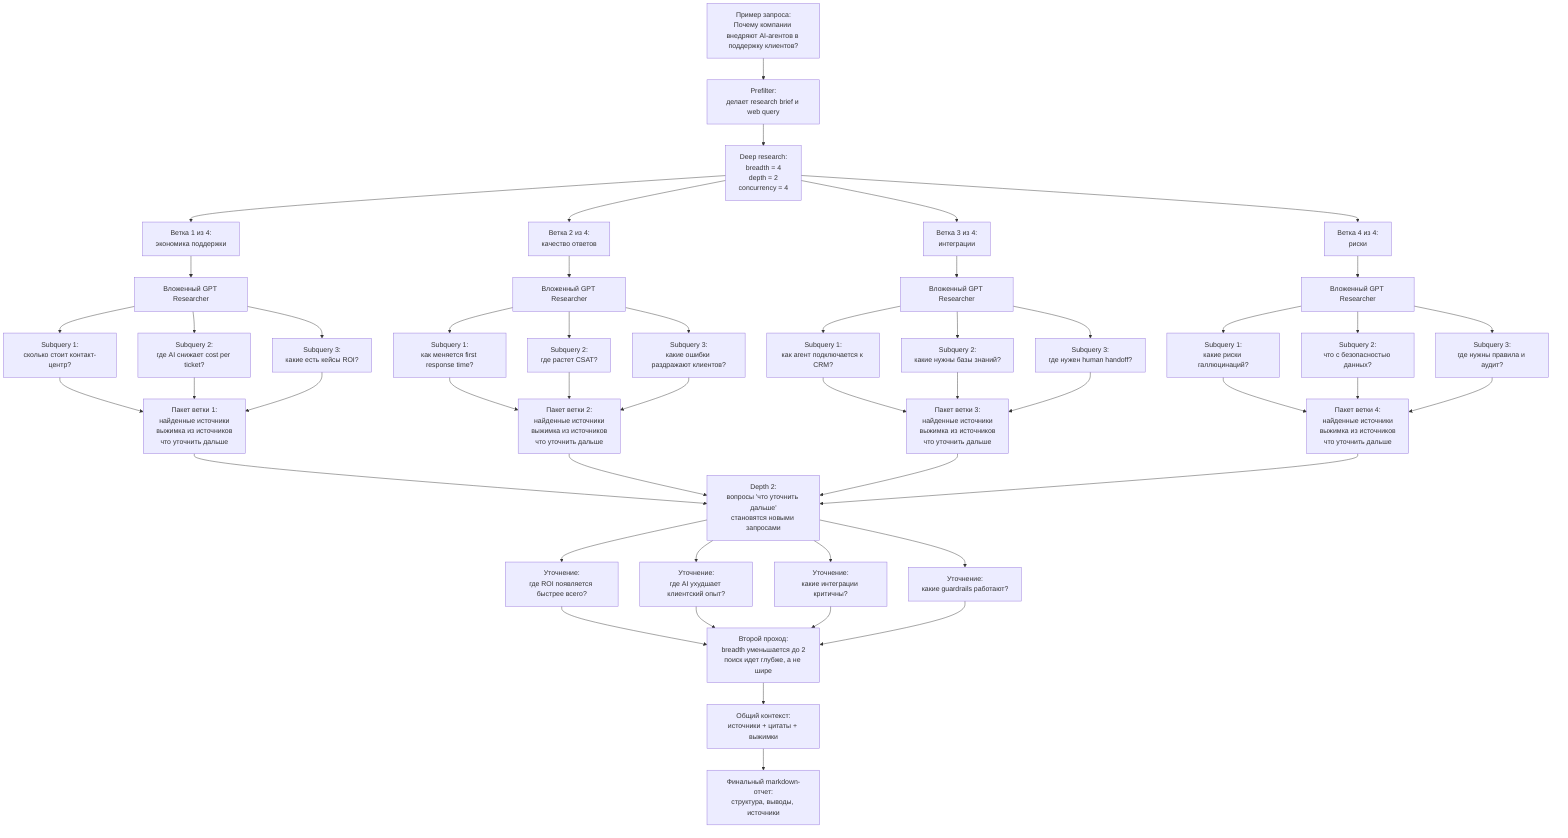
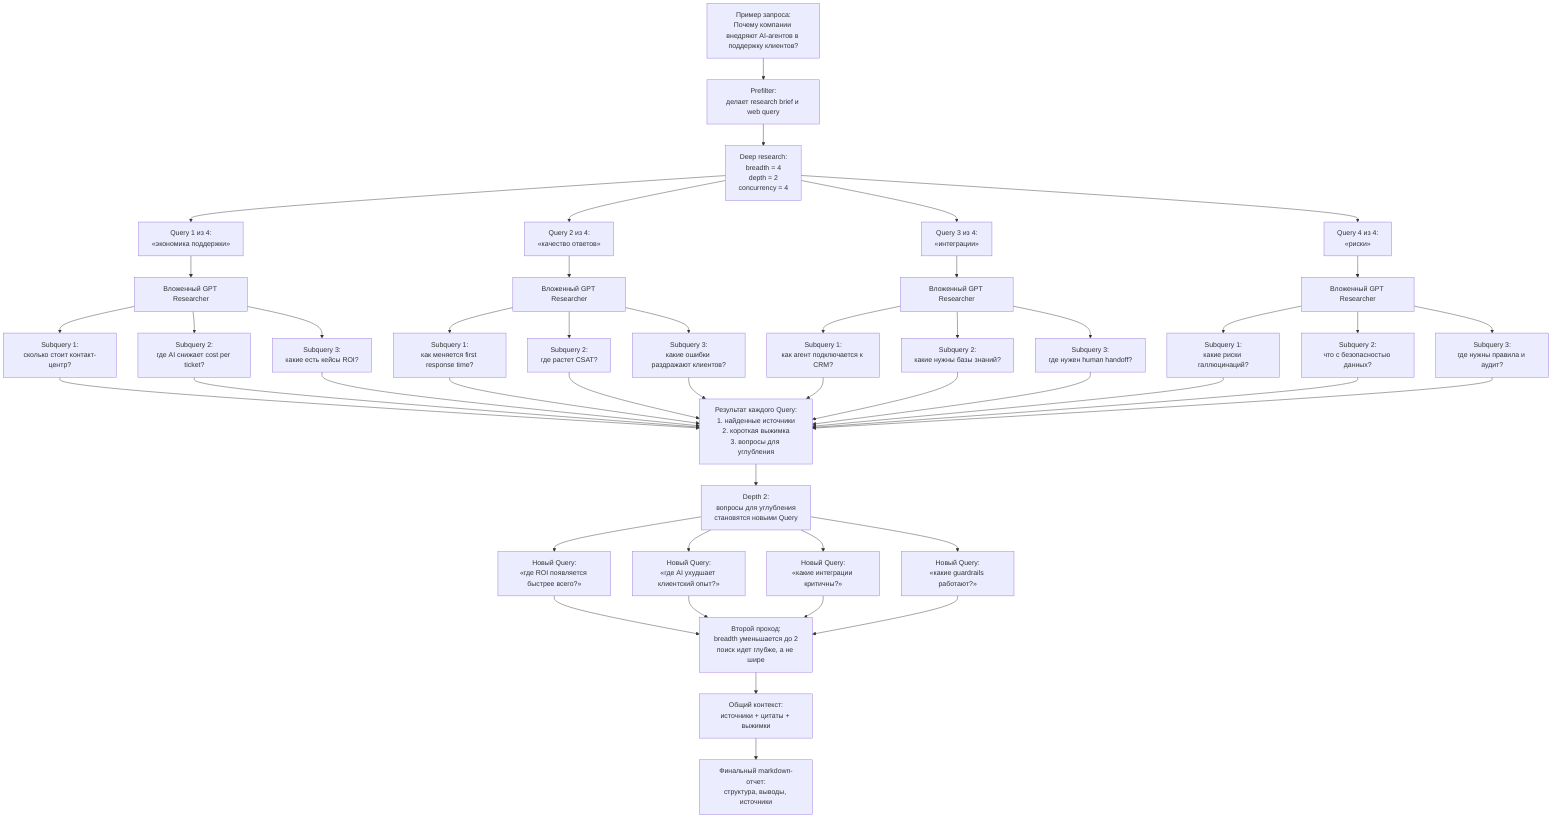
flowchart TD
  A["Пример запроса:<br/>Почему компании внедряют AI-агентов в поддержку клиентов?"] --> B["Prefilter:<br/>делает research brief и web query"]
  B --> C["Deep research:<br/>breadth = 4<br/>depth = 2<br/>concurrency = 4"]

-   C --> D1["Ветка 1 из 4:<br/>экономика поддержки"]
-   C --> D2["Ветка 2 из 4:<br/>качество ответов"]
-   C --> D3["Ветка 3 из 4:<br/>интеграции"]
-   C --> D4["Ветка 4 из 4:<br/>риски"]
+   C --> D1["Query 1 из 4:<br/>«экономика поддержки»"]
+   C --> D2["Query 2 из 4:<br/>«качество ответов»"]
+   C --> D3["Query 3 из 4:<br/>«интеграции»"]
+   C --> D4["Query 4 из 4:<br/>«риски»"]

  D1 --> E1["Вложенный GPT Researcher"]
  E1 --> SQ11["Subquery 1:<br/>сколько стоит контакт-центр?"]
  E1 --> SQ12["Subquery 2:<br/>где AI снижает cost per ticket?"]
  E1 --> SQ13["Subquery 3:<br/>какие есть кейсы ROI?"]

  D2 --> E2["Вложенный GPT Researcher"]
  E2 --> SQ21["Subquery 1:<br/>как меняется first response time?"]
  E2 --> SQ22["Subquery 2:<br/>где растет CSAT?"]
  E2 --> SQ23["Subquery 3:<br/>какие ошибки раздражают клиентов?"]

  D3 --> E3["Вложенный GPT Researcher"]
  E3 --> SQ31["Subquery 1:<br/>как агент подключается к CRM?"]
  E3 --> SQ32["Subquery 2:<br/>какие нужны базы знаний?"]
  E3 --> SQ33["Subquery 3:<br/>где нужен human handoff?"]

  D4 --> E4["Вложенный GPT Researcher"]
  E4 --> SQ41["Subquery 1:<br/>какие риски галлюцинаций?"]
  E4 --> SQ42["Subquery 2:<br/>что с безопасностью данных?"]
  E4 --> SQ43["Subquery 3:<br/>где нужны правила и аудит?"]

-   SQ11 --> P1
-   SQ12 --> P1
-   SQ13 --> P1
-   SQ21 --> P2
-   SQ22 --> P2
-   SQ23 --> P2
-   SQ31 --> P3
-   SQ32 --> P3
-   SQ33 --> P3
-   SQ41 --> P4
-   SQ42 --> P4
-   SQ43 --> P4
+   SQ11 --> P["Результат каждого Query:<br/>1. найденные источники<br/>2. короткая выжимка<br/>3. вопросы для углубления"]
+   SQ12 --> P
+   SQ13 --> P
+   SQ21 --> P
+   SQ22 --> P
+   SQ23 --> P
+   SQ31 --> P
+   SQ32 --> P
+   SQ33 --> P
+   SQ41 --> P
+   SQ42 --> P
+   SQ43 --> P

-   P1["Пакет ветки 1:<br/>найденные источники<br/>выжимка из источников<br/>что уточнить дальше"]
-   P2["Пакет ветки 2:<br/>найденные источники<br/>выжимка из источников<br/>что уточнить дальше"]
-   P3["Пакет ветки 3:<br/>найденные источники<br/>выжимка из источников<br/>что уточнить дальше"]
-   P4["Пакет ветки 4:<br/>найденные источники<br/>выжимка из источников<br/>что уточнить дальше"]
+   P --> H["Depth 2:<br/>вопросы для углубления<br/>становятся новыми Query"]

-   P1 --> H["Depth 2:<br/>вопросы 'что уточнить дальше'<br/>становятся новыми запросами"]
-   P2 --> H
-   P3 --> H
-   P4 --> H
- 
-   H --> R1["Уточнение:<br/>где ROI появляется быстрее всего?"]
-   H --> R2["Уточнение:<br/>где AI ухудшает клиентский опыт?"]
-   H --> R3["Уточнение:<br/>какие интеграции критичны?"]
-   H --> R4["Уточнение:<br/>какие guardrails работают?"]
+   H --> R1["Новый Query:<br/>«где ROI появляется быстрее всего?»"]
+   H --> R2["Новый Query:<br/>«где AI ухудшает клиентский опыт?»"]
+   H --> R3["Новый Query:<br/>«какие интеграции критичны?»"]
+   H --> R4["Новый Query:<br/>«какие guardrails работают?»"]

  R1 --> N["Второй проход:<br/>breadth уменьшается до 2<br/>поиск идет глубже, а не шире"]
  R2 --> N
  R3 --> N
  R4 --> N

  N --> J["Общий контекст:<br/>источники + цитаты + выжимки"]
  J --> K["Финальный markdown-отчет:<br/>структура, выводы, источники"]
